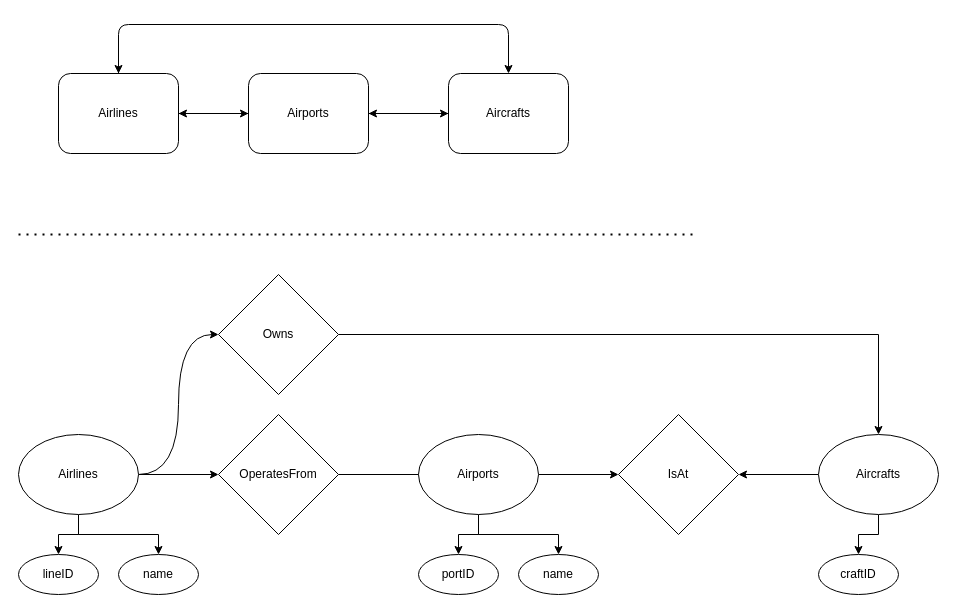
The draw.io diagram page "PhysicalLayer" (3 of 7) of ERDiagram.drawio in kyle4036/DatabaseManagement2026Project1, before the edit. Source tidied: cells renumbered, new cells numbered last; positions are measured from the earlier drawing's top-left corner, leaving out a move shared by most shapes. Both pictures are drawn from the tidied source at 100%, with x=0, y=0 at pixel (18, 24).
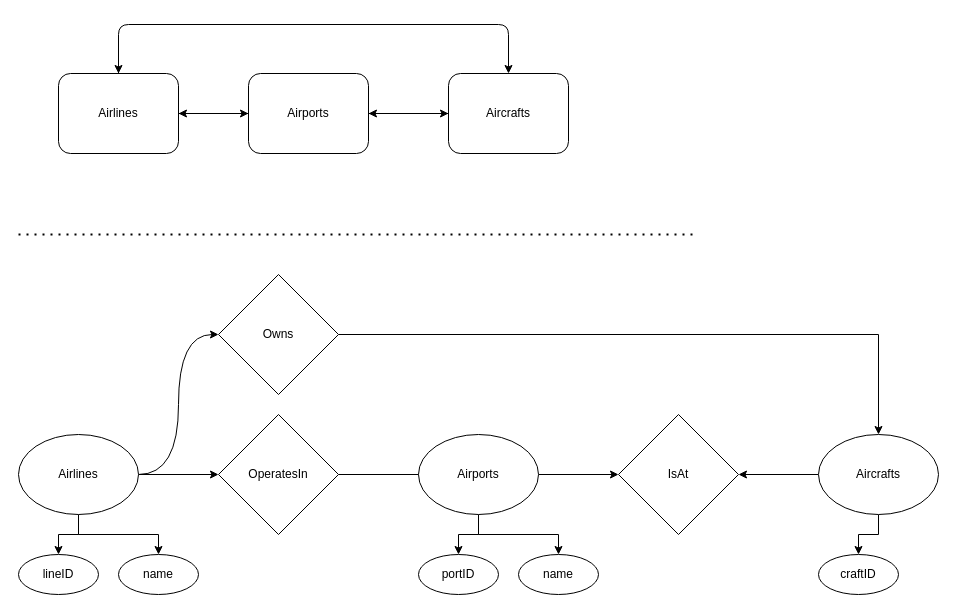
Above is the later version.

Change to the diagram source:
```diff
@@
-    <mxCell id="30" value="OperatesFrom" style="rhombus;whiteSpace=wrap;html=1;" parent="1" vertex="1">
+    <mxCell id="30" value="OperatesIn" style="rhombus;whiteSpace=wrap;html=1;" parent="1" vertex="1">
       <mxGeometry x="200" y="390" width="120" height="120" as="geometry" />
     </mxCell>
```
